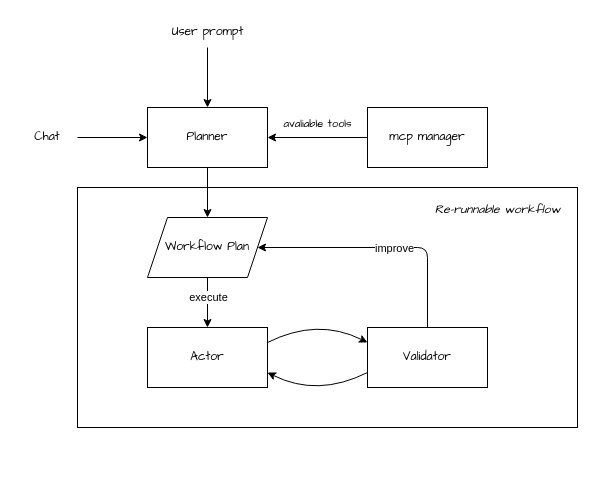
Earlier version of the draw.io diagram draw/2025-03-17-planner-actor-validator-flow/architecture.drawio (Wh1isper/wh1isper.github.io). Source tidied: cells renumbered, new cells numbered last; positions are measured from the earlier drawing's top-left corner, leaving out a move shared by most shapes. Both pictures are drawn from the tidied source at 100%, with x=0, y=0 at pixel (17, 17).
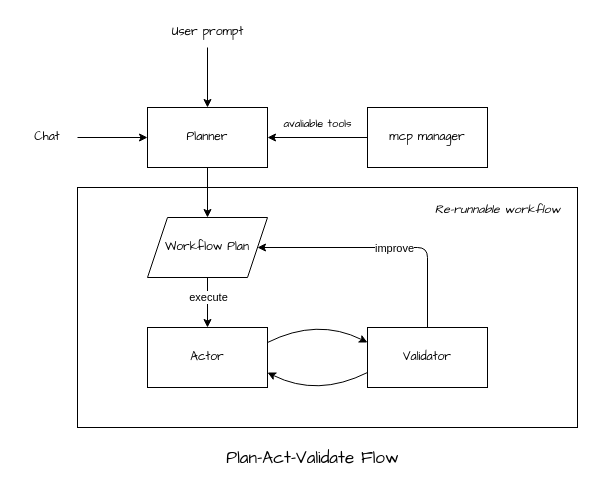
The same page after the edit.

The edit, as a diff of the source:
```diff
@@
+    <mxCell id="22" value="Plan-Act-Validate Flow" style="edgeLabel;html=1;align=center;verticalAlign=middle;fontFamily=Comic Sans MS;fontSize=17;" parent="1" vertex="1">
+      <mxGeometry x="294" y="440" as="geometry" />
+    </mxCell>
```
